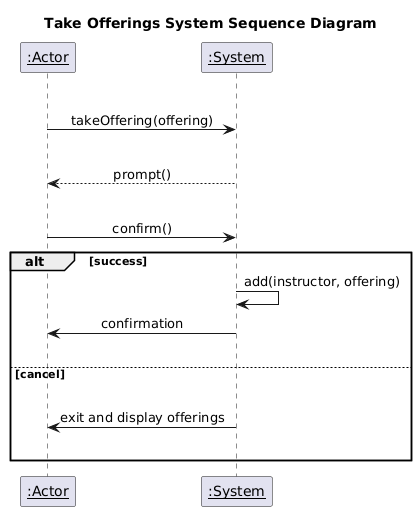
This is deliverables/assets/take_offering_system_sequence_diagram.png from PrinceOfNothingg/Lesson-Booking-Management-System, a PlantUML export, as it was before one commit.
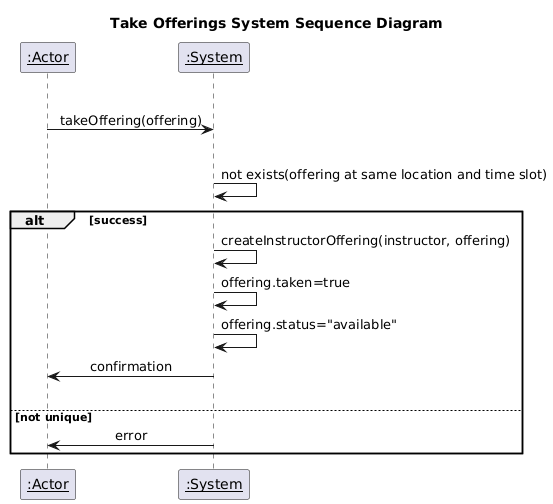
After the commit.

The edit, as a diff of the source:
```diff
@@ -9,17 +9,15 @@
 |||
 actor -> system : takeOffering(offering)
 |||
-system --> actor : prompt()
-|||
-actor -> system : confirm()
+system -> system : not exists(offering at same location and time slot)
 
 alt success
-  system -> system : add(instructor, offering)
-  system -> actor : confirmation
+system -> system : createInstructorOffering(instructor, offering)
+system -> system : offering.taken=true
+system -> system : offering.status="available"
+system -> actor : confirmation
 |||
-else cancel
-|||
-  system -> actor : exit and display offerings
-|||
+else not unique
+system -> actor : error
 end
 @enduml
```
